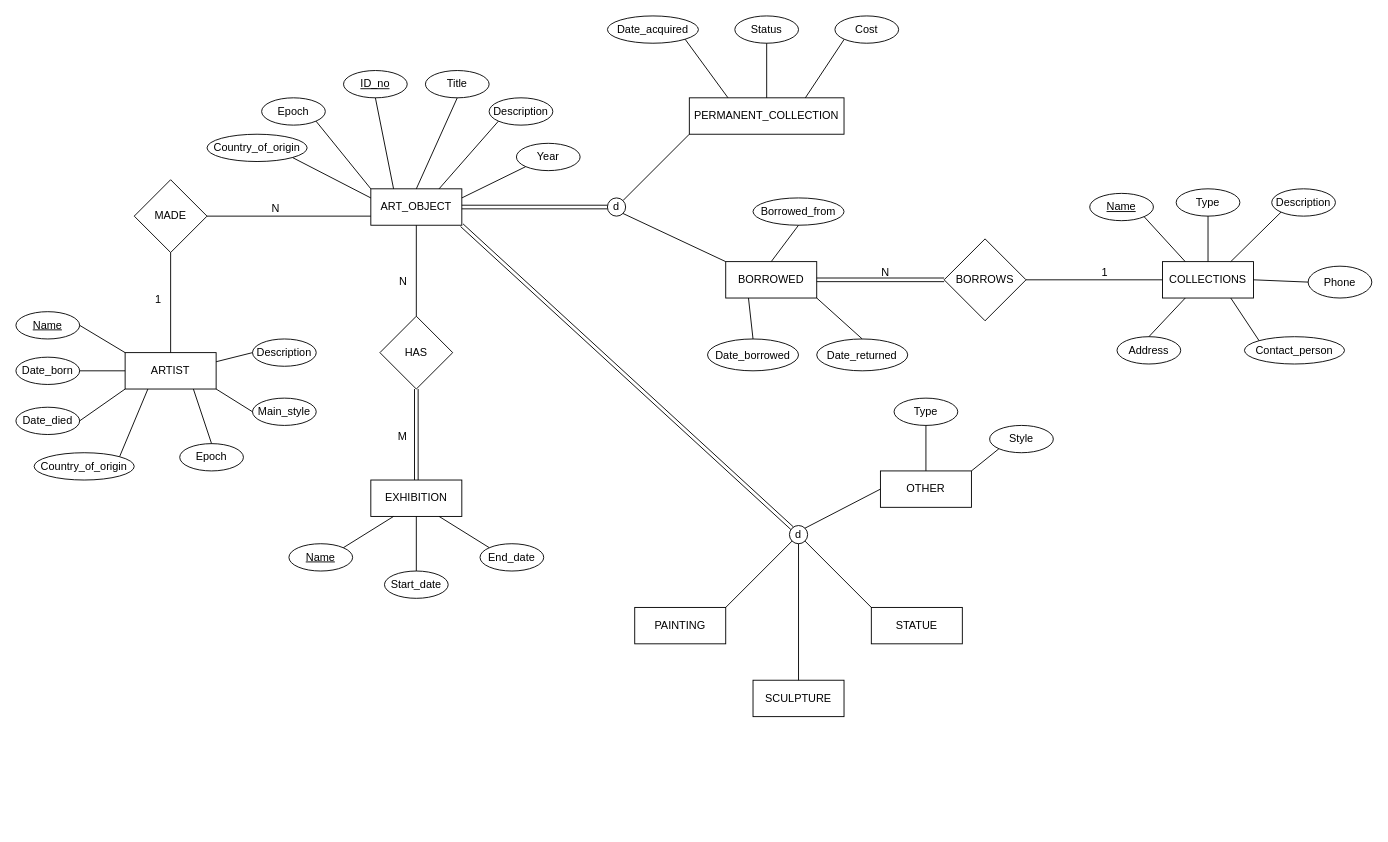
The draw.io diagram Database_Design_Folder/Brandon EER.drawio in Maan-Khedr-ENSF-300/museum-project-wannabyte, before the edit. Source tidied: cells renumbered, new cells numbered last; positions are measured from the earlier drawing's top-left corner, leaving out a move shared by most shapes. Both pictures are drawn from the tidied source at 91%, with x=0, y=0 at pixel (15, 15).
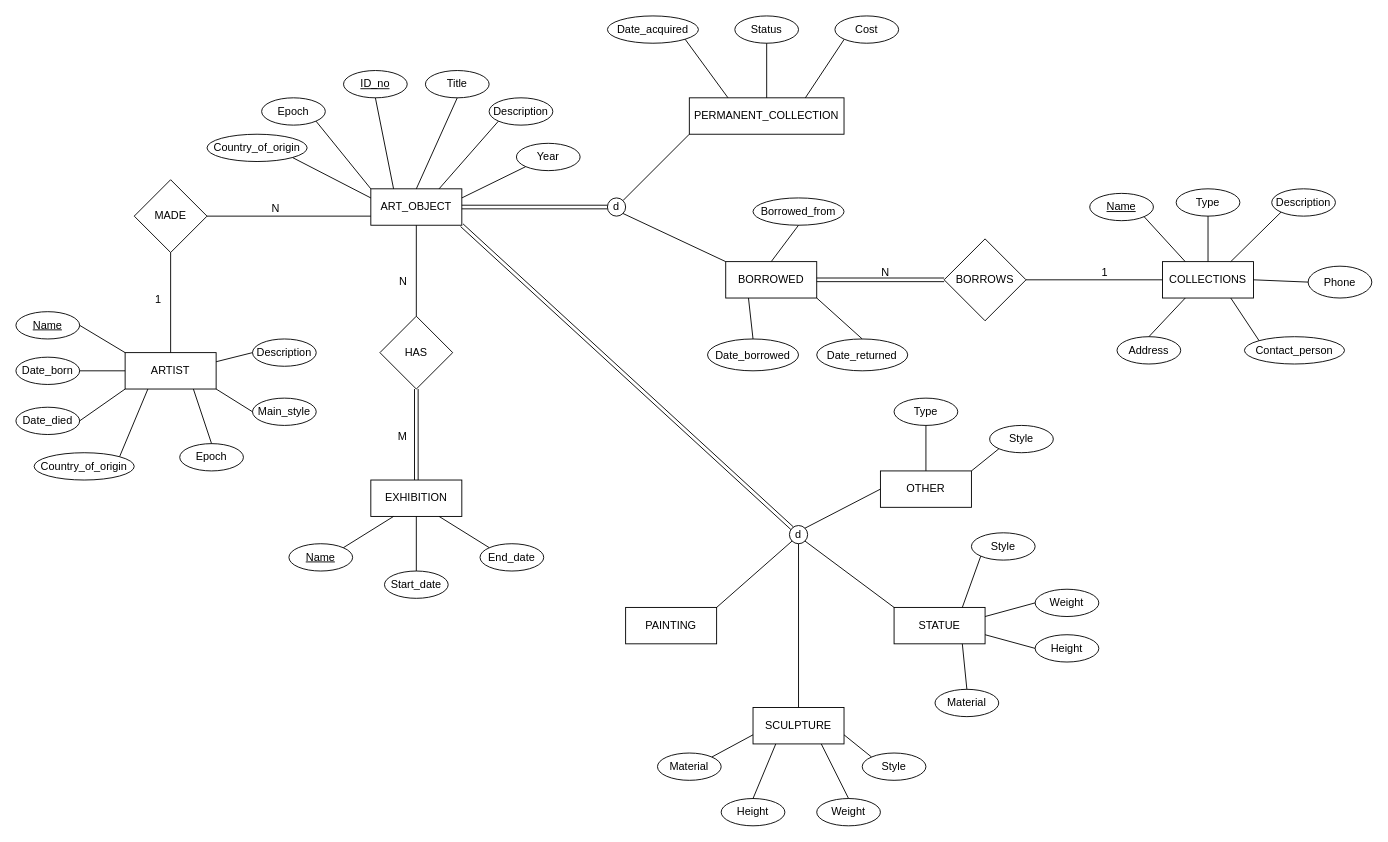
Above is the later version.

Diff of the diagram source:
```diff
@@
     <mxCell id="86" value="STATUE" style="whiteSpace=wrap;html=1;align=center;" parent="1" vertex="1">
-      <mxGeometry x="940" y="650" width="100" height="40" as="geometry" />
+      <mxGeometry x="965" y="650" width="100" height="40" as="geometry" />
     </mxCell>
     <mxCell id="87" value="SCULPTURE" style="whiteSpace=wrap;html=1;align=center;" parent="1" vertex="1">
-      <mxGeometry x="810" y="730" width="100" height="40" as="geometry" />
+      <mxGeometry x="810" y="760" width="100" height="40" as="geometry" />
     </mxCell>
     <mxCell id="88" value="PAINTING" style="whiteSpace=wrap;html=1;align=center;" parent="1" vertex="1">
-      <mxGeometry x="680" y="650" width="100" height="40" as="geometry" />
+      <mxGeometry x="670" y="650" width="100" height="40" as="geometry" />
     </mxCell>
@@
+    <mxCell id="97" value="Style" style="ellipse;whiteSpace=wrap;html=1;align=center;" parent="1" vertex="1">
+      <mxGeometry x="1050" y="568" width="70" height="30" as="geometry" />
+    </mxCell>
+    <mxCell id="98" value="Weight" style="ellipse;whiteSpace=wrap;html=1;align=center;" parent="1" vertex="1">
+      <mxGeometry x="1120" y="630" width="70" height="30" as="geometry" />
+    </mxCell>
+    <mxCell id="99" value="Height" style="ellipse;whiteSpace=wrap;html=1;align=center;" parent="1" vertex="1">
+      <mxGeometry x="1120" y="680" width="70" height="30" as="geometry" />
+    </mxCell>
+    <mxCell id="100" value="Material" style="ellipse;whiteSpace=wrap;html=1;align=center;" parent="1" vertex="1">
+      <mxGeometry x="1010" y="740" width="70" height="30" as="geometry" />
+    </mxCell>
+    <mxCell id="101" style="endArrow=none;html=1;rounded=0;exitX=0.5;exitY=0;exitDx=0;exitDy=0;entryX=0.75;entryY=1;entryDx=0;entryDy=0;" parent="1" edge="1" source="100" target="86">
+      <mxGeometry relative="1" as="geometry" />
+    </mxCell>
+    <mxCell id="102" style="endArrow=none;html=1;rounded=0;exitX=0;exitY=0.5;exitDx=0;exitDy=0;entryX=1;entryY=0.75;entryDx=0;entryDy=0;" parent="1" edge="1" source="99" target="86">
+      <mxGeometry relative="1" as="geometry" />
+    </mxCell>
+    <mxCell id="103" style="endArrow=none;html=1;rounded=0;exitX=0;exitY=0.5;exitDx=0;exitDy=0;entryX=1;entryY=0.25;entryDx=0;entryDy=0;" parent="1" edge="1" source="98" target="86">
+      <mxGeometry relative="1" as="geometry" />
+    </mxCell>
+    <mxCell id="104" style="endArrow=none;html=1;rounded=0;exitX=0;exitY=1;exitDx=0;exitDy=0;entryX=0.75;entryY=0;entryDx=0;entryDy=0;" parent="1" edge="1" source="97" target="86">
+      <mxGeometry relative="1" as="geometry" />
+    </mxCell>
+    <mxCell id="105" value="Style" style="ellipse;whiteSpace=wrap;html=1;align=center;" parent="1" vertex="1">
+      <mxGeometry x="930" y="810" width="70" height="30" as="geometry" />
+    </mxCell>
+    <mxCell id="106" value="Weight" style="ellipse;whiteSpace=wrap;html=1;align=center;" parent="1" vertex="1">
+      <mxGeometry x="880" y="860" width="70" height="30" as="geometry" />
+    </mxCell>
+    <mxCell id="107" value="Height" style="ellipse;whiteSpace=wrap;html=1;align=center;" parent="1" vertex="1">
+      <mxGeometry x="775" y="860" width="70" height="30" as="geometry" />
+    </mxCell>
+    <mxCell id="108" value="Material" style="ellipse;whiteSpace=wrap;html=1;align=center;" parent="1" vertex="1">
+      <mxGeometry x="705" y="810" width="70" height="30" as="geometry" />
+    </mxCell>
+    <mxCell id="109" style="endArrow=none;html=1;rounded=0;exitX=1;exitY=0;exitDx=0;exitDy=0;entryX=0;entryY=0.75;entryDx=0;entryDy=0;" parent="1" edge="1" source="108" target="87">
+      <mxGeometry relative="1" as="geometry" />
+    </mxCell>
+    <mxCell id="110" style="endArrow=none;html=1;rounded=0;exitX=0.5;exitY=0;exitDx=0;exitDy=0;entryX=0.25;entryY=1;entryDx=0;entryDy=0;" parent="1" edge="1" source="107" target="87">
+      <mxGeometry relative="1" as="geometry" />
+    </mxCell>
+    <mxCell id="111" style="endArrow=none;html=1;rounded=0;exitX=0.5;exitY=0;exitDx=0;exitDy=0;entryX=0.75;entryY=1;entryDx=0;entryDy=0;" parent="1" edge="1" source="106" target="87">
+      <mxGeometry relative="1" as="geometry" />
+    </mxCell>
+    <mxCell id="112" style="endArrow=none;html=1;rounded=0;exitX=0;exitY=0;exitDx=0;exitDy=0;entryX=1;entryY=0.75;entryDx=0;entryDy=0;" parent="1" edge="1" source="105" target="87">
+      <mxGeometry relative="1" as="geometry" />
+    </mxCell>
```
